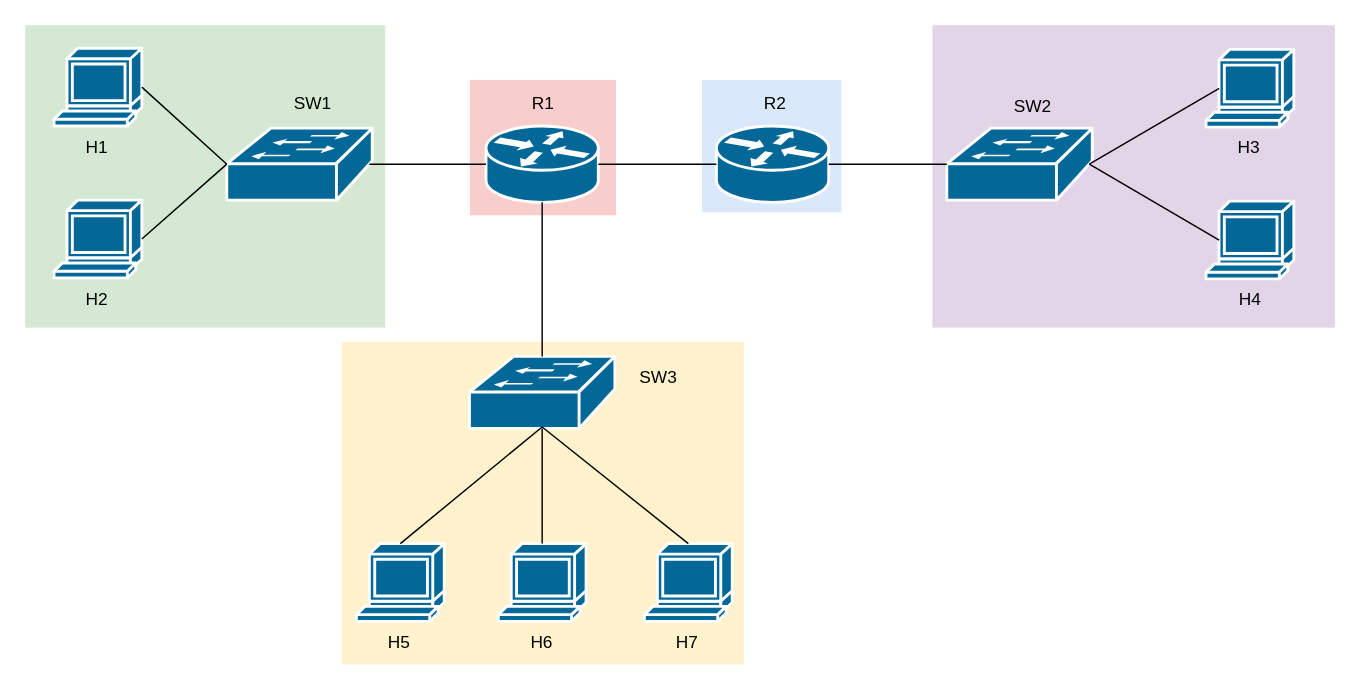
Earlier version of the draw.io diagram lab3/FullNetwork.drawio (samuelbarata/ET). Source tidied: cells renumbered, new cells numbered last; positions are measured from the earlier drawing's top-left corner, leaving out a move shared by most shapes. Both pictures are drawn from the tidied source at 144%, with x=0, y=0 at pixel (24, 24).
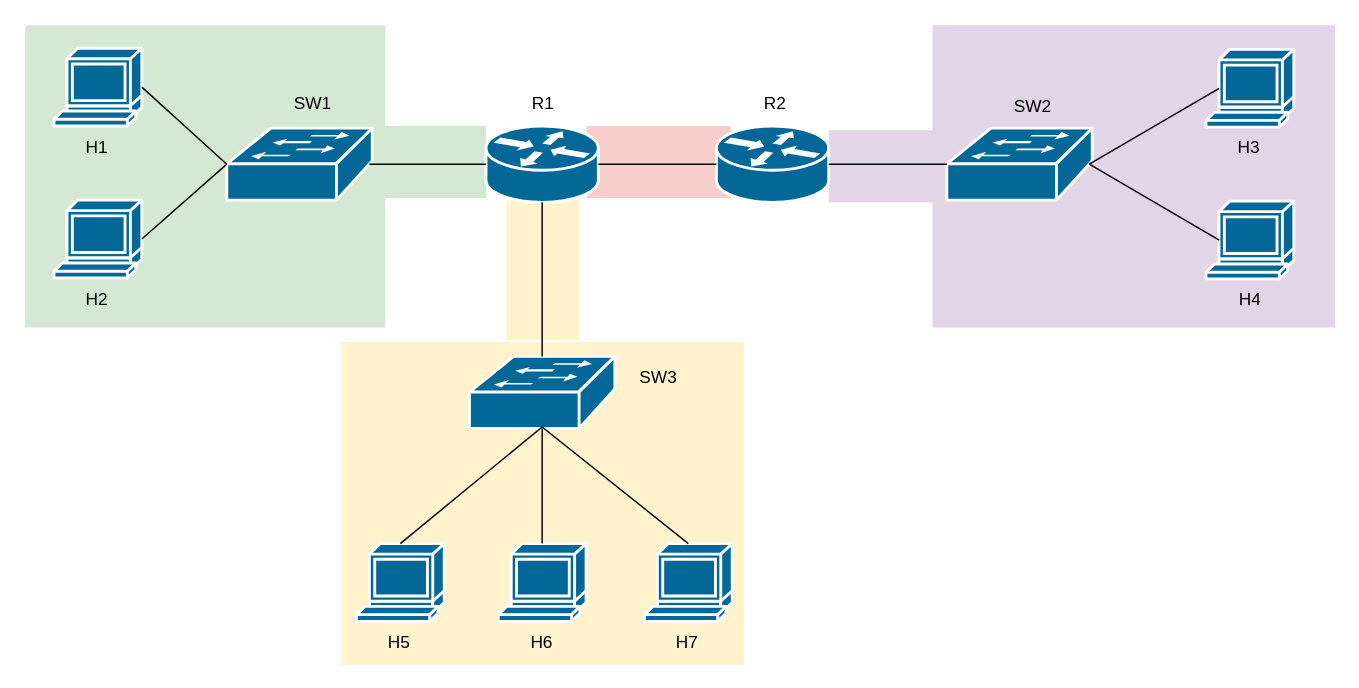
The same diagram, later.

What changed in the source:
```diff
@@
+    <mxCell id="42" style="rounded=0;whiteSpace=wrap;html=1;fillColor=#fff2cc;strokeColor=none;" parent="1" vertex="1">
+      <mxGeometry x="334.2" y="121.5" width="50.5" height="97" as="geometry" />
+    </mxCell>
+    <mxCell id="43" style="rounded=0;whiteSpace=wrap;html=1;fillColor=#e1d5e7;strokeColor=none;" parent="1" vertex="1">
+      <mxGeometry x="558" y="73" width="100" height="50" as="geometry" />
+    </mxCell>
+    <mxCell id="44" style="rounded=0;whiteSpace=wrap;html=1;fillColor=#d5e8d4;strokeColor=none;" parent="1" vertex="1">
+      <mxGeometry x="220" y="70" width="100" height="50" as="geometry" />
+    </mxCell>
     <mxCell id="2" style="rounded=0;whiteSpace=wrap;html=1;fillColor=#f8cecc;strokeColor=none;" parent="1" vertex="1">
-      <mxGeometry x="308.8" y="38" width="101.5" height="94" as="geometry" />
+      <mxGeometry x="390" y="70" width="100" height="50" as="geometry" />
     </mxCell>
-    <mxCell id="3" style="rounded=0;whiteSpace=wrap;html=1;fillColor=#dae8fc;strokeColor=none;" parent="1" vertex="1">
-      <mxGeometry x="470" y="38" width="96.8" height="92" as="geometry" />
-    </mxCell>
```
